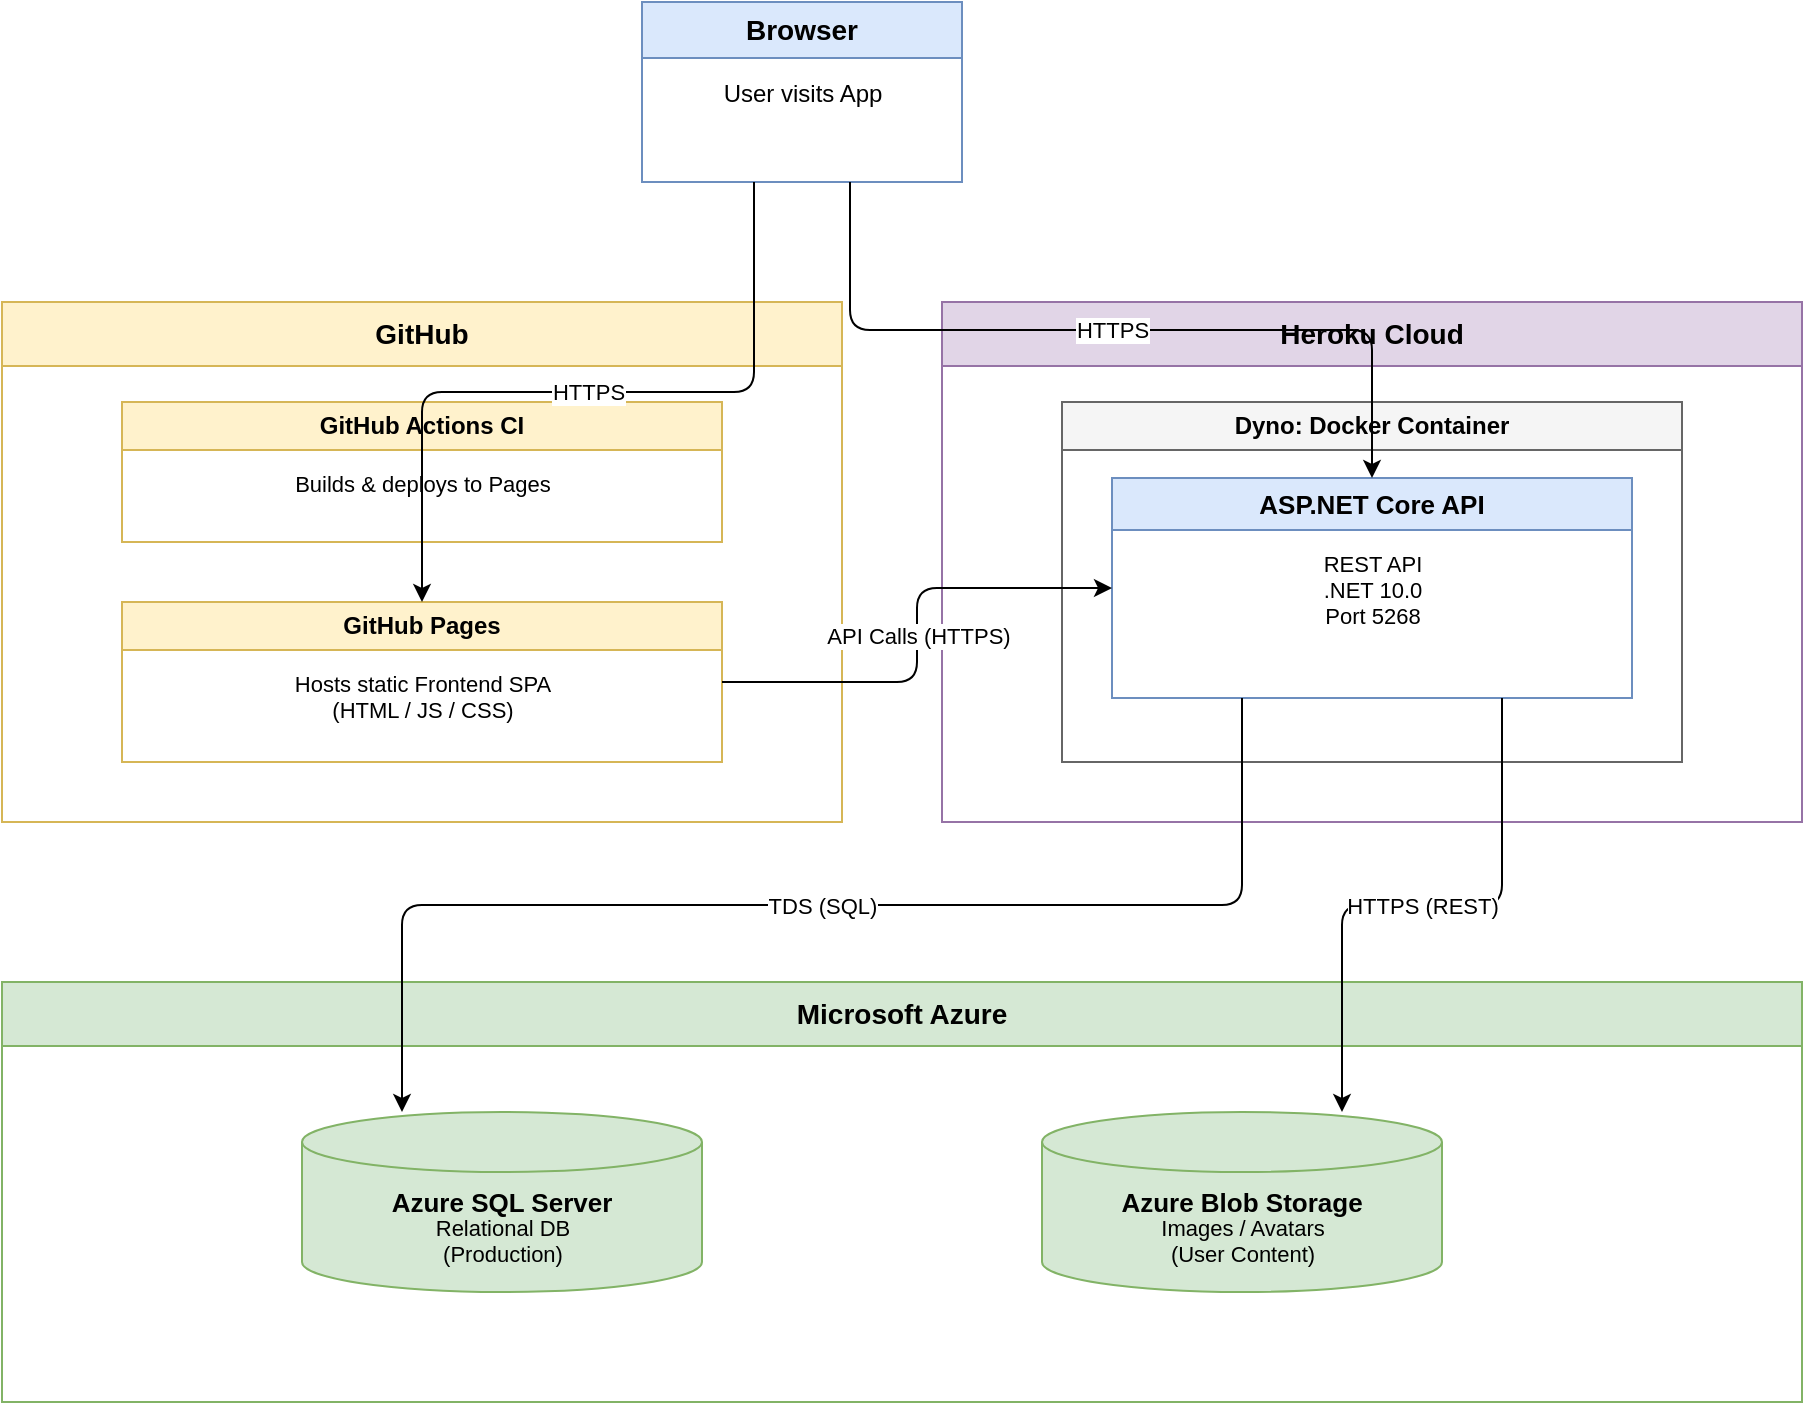
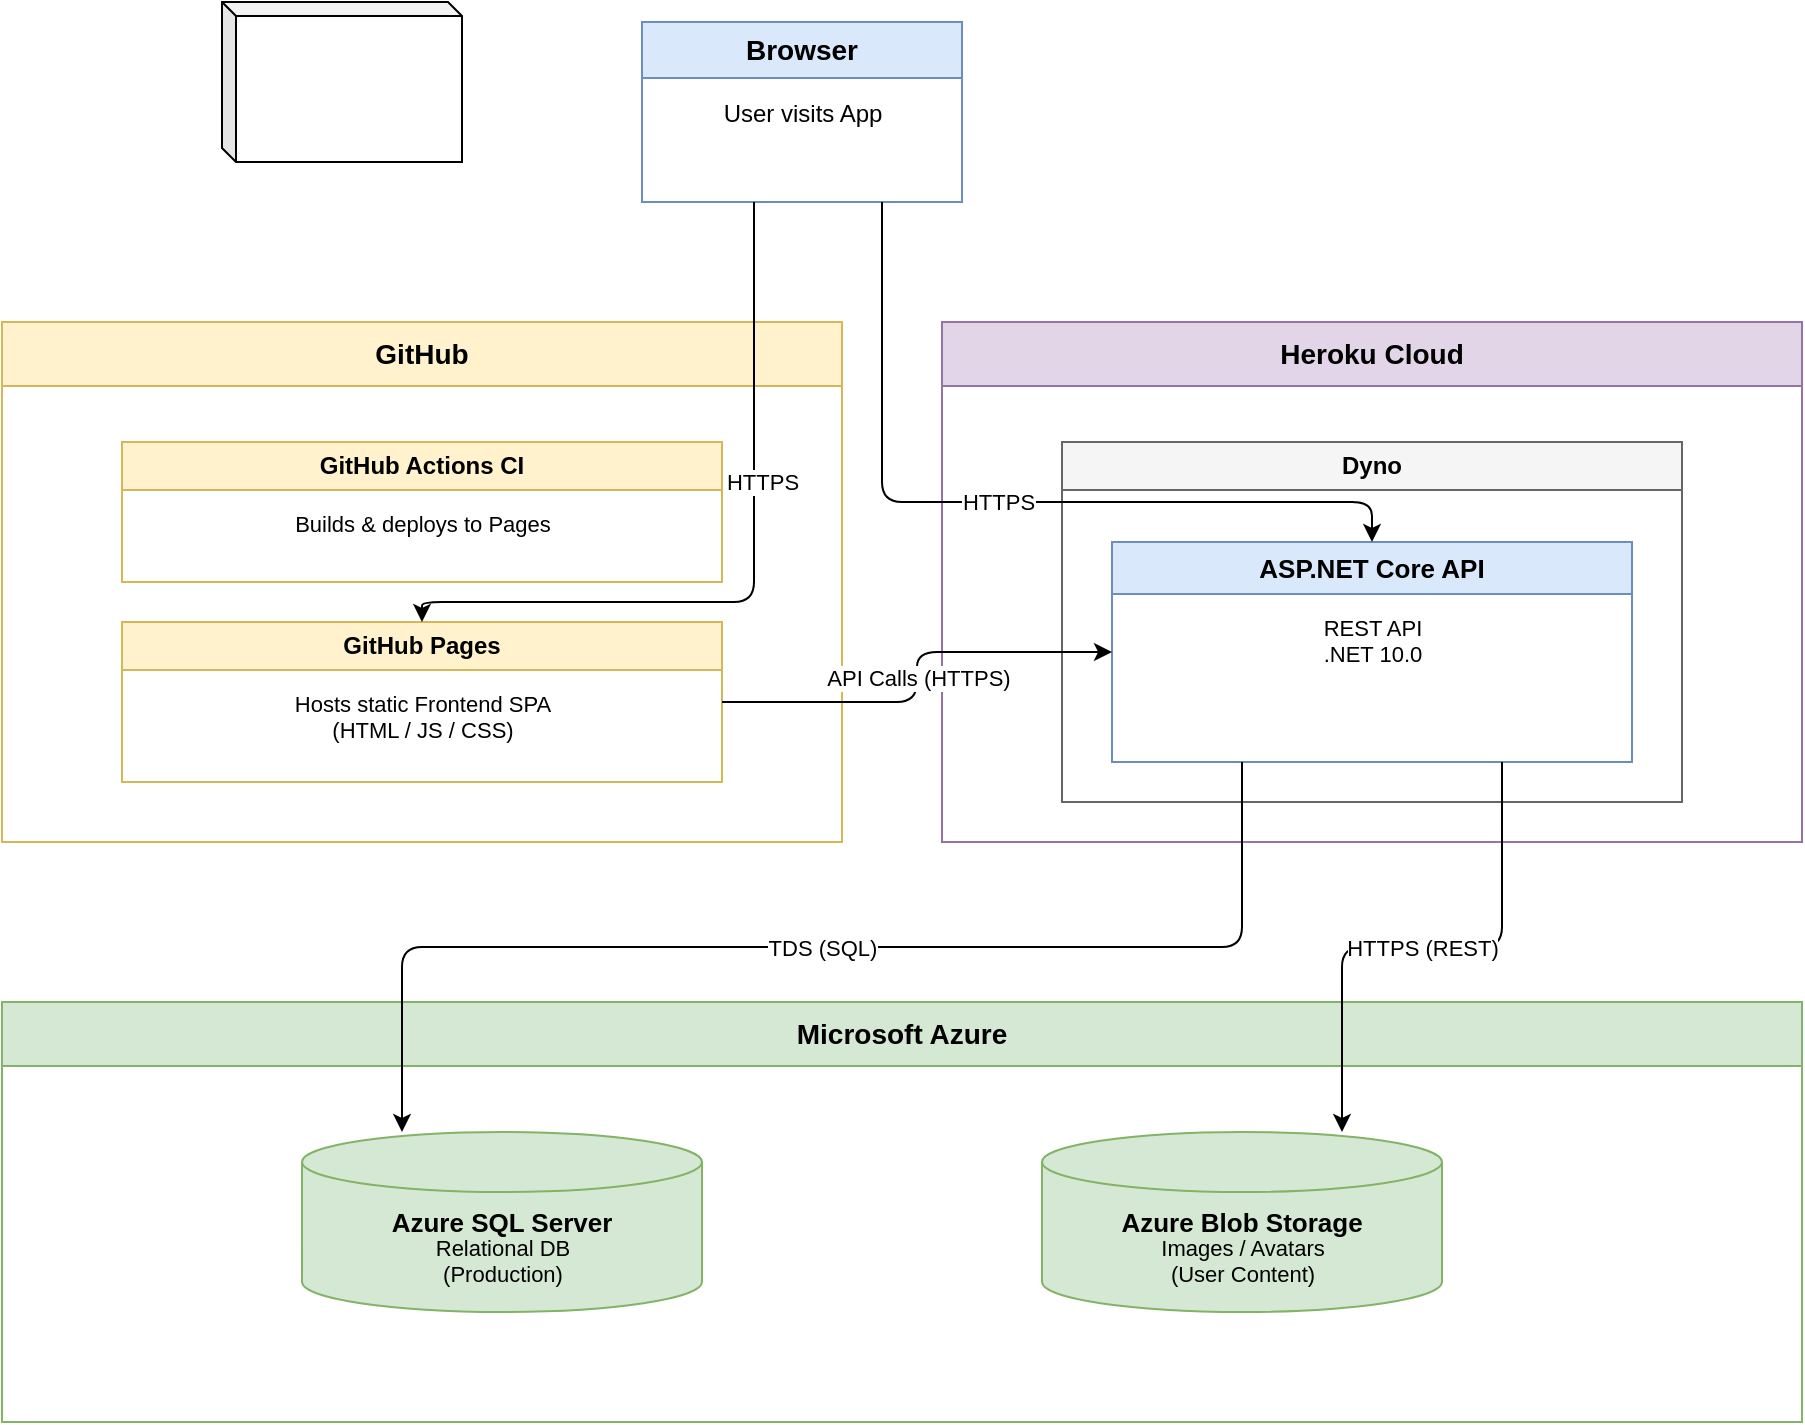
- <?xml version="1.0" encoding="UTF-8"?>
- <mxfile host="drawio" version="29.6.1">
-   <diagram name="Page-1">
-     <mxGraphModel>
+ <mxfile host="Electron" agent="Mozilla/5.0 (X11; Linux x86_64) AppleWebKit/537.36 (KHTML, like Gecko) draw.io/29.6.1 Chrome/142.0.7444.265 Electron/39.8.9 Safari/537.36" version="29.6.1">
+   <diagram name="Page-1" id="0">
+     <mxGraphModel dx="1188" dy="700" grid="1" gridSize="10" guides="1" tooltips="1" connect="1" arrows="1" fold="1" page="1" pageScale="1" pageWidth="850" pageHeight="1100" math="0" shadow="0">
      <root>
        <mxCell id="0" />
        <mxCell id="1" parent="0" />
- 
-         <!-- ==================== CLIENT ==================== -->
-         <mxCell id="2" value="Browser" style="swimlane;startSize=28;whiteSpace=wrap;html=1;fillColor=#dae8fc;strokeColor=#6c8ebf;fontFamily=Helvetica;fontSize=14;fontStyle=1;" vertex="1" parent="1">
-           <mxGeometry x="350" y="30" width="160" height="90" as="geometry" />
+         <mxCell id="2" parent="1" style="swimlane;startSize=28;whiteSpace=wrap;html=1;fillColor=#dae8fc;strokeColor=#6c8ebf;fontFamily=Helvetica;fontSize=14;fontStyle=1;" value="Browser" vertex="1">
+           <mxGeometry height="90" width="160" x="350" y="30" as="geometry" />
        </mxCell>
-         <mxCell id="2b" value="User visits App" style="text;html=1;fillColor=none;strokeColor=none;fontFamily=Helvetica;fontSize=12;align=center;verticalAlign=top;" vertex="1" parent="1">
-           <mxGeometry x="350" y="62" width="160" height="20" as="geometry" />
+         <mxCell id="2b" parent="1" style="text;html=1;fillColor=none;strokeColor=none;fontFamily=Helvetica;fontSize=12;align=center;verticalAlign=top;" value="User visits App" vertex="1">
+           <mxGeometry height="20" width="160" x="350" y="62" as="geometry" />
        </mxCell>
- 
-         <!-- ==================== GITHUB ==================== -->
-         <mxCell id="12" value="GitHub" style="swimlane;startSize=32;whiteSpace=wrap;html=1;fillColor=#fff2cc;strokeColor=#d6b656;fontFamily=Helvetica;fontSize=14;fontStyle=1;" vertex="1" parent="1">
-           <mxGeometry x="30" y="180" width="420" height="260" as="geometry" />
+         <mxCell id="12" parent="1" style="swimlane;startSize=32;whiteSpace=wrap;html=1;fillColor=#fff2cc;strokeColor=#d6b656;fontFamily=Helvetica;fontSize=14;fontStyle=1;" value="GitHub" vertex="1">
+           <mxGeometry height="260" width="420" x="30" y="180" as="geometry" />
        </mxCell>
- 
-         <mxCell id="13" value="GitHub Actions CI" style="swimlane;startSize=24;whiteSpace=wrap;html=1;fillColor=#fff2cc;strokeColor=#d6b656;fontFamily=Helvetica;fontSize=12;fontStyle=1;" vertex="1" parent="12">
-           <mxGeometry x="60" y="50" width="300" height="70" as="geometry" />
+         <mxCell id="13" parent="12" style="swimlane;startSize=24;whiteSpace=wrap;html=1;fillColor=#fff2cc;strokeColor=#d6b656;fontFamily=Helvetica;fontSize=12;fontStyle=1;" value="GitHub Actions CI" vertex="1">
+           <mxGeometry height="70" width="300" x="60" y="60" as="geometry" />
        </mxCell>
-         <mxCell id="13b" value="Builds &amp; deploys to Pages" style="text;html=1;fillColor=none;strokeColor=none;fontFamily=Helvetica;fontSize=11;align=center;verticalAlign=top;" vertex="1" parent="13">
-           <mxGeometry x="10" y="28" width="280" height="30" as="geometry" />
+         <mxCell id="13b" parent="13" style="text;html=1;fillColor=none;strokeColor=none;fontFamily=Helvetica;fontSize=11;align=center;verticalAlign=top;" value="Builds &amp; deploys to Pages" vertex="1">
+           <mxGeometry height="30" width="280" x="10" y="28" as="geometry" />
        </mxCell>
- 
-         <mxCell id="14" value="GitHub Pages" style="swimlane;startSize=24;whiteSpace=wrap;html=1;fillColor=#fff2cc;strokeColor=#d6b656;fontFamily=Helvetica;fontSize=12;fontStyle=1;" vertex="1" parent="12">
-           <mxGeometry x="60" y="150" width="300" height="80" as="geometry" />
+         <mxCell id="14" parent="12" style="swimlane;startSize=24;whiteSpace=wrap;html=1;fillColor=#fff2cc;strokeColor=#d6b656;fontFamily=Helvetica;fontSize=12;fontStyle=1;" value="GitHub Pages" vertex="1">
+           <mxGeometry height="80" width="300" x="60" y="150" as="geometry" />
        </mxCell>
-         <mxCell id="14b" value="Hosts static Frontend SPA&#xa;(HTML / JS / CSS)" style="text;html=1;fillColor=none;strokeColor=none;fontFamily=Helvetica;fontSize=11;align=center;verticalAlign=top;" vertex="1" parent="14">
-           <mxGeometry x="10" y="28" width="280" height="40" as="geometry" />
+         <mxCell id="14b" parent="14" style="text;html=1;fillColor=none;strokeColor=none;fontFamily=Helvetica;fontSize=11;align=center;verticalAlign=top;" value="Hosts static Frontend SPA&#xa;(HTML / JS / CSS)" vertex="1">
+           <mxGeometry height="40" width="280" x="10" y="28" as="geometry" />
        </mxCell>
- 
-         <!-- ==================== HEROKU ==================== -->
-         <mxCell id="3" value="Heroku Cloud" style="swimlane;startSize=32;whiteSpace=wrap;html=1;fillColor=#e1d5e7;strokeColor=#9673a6;fontFamily=Helvetica;fontSize=14;fontStyle=1;" vertex="1" parent="1">
-           <mxGeometry x="500" y="180" width="430" height="260" as="geometry" />
+         <mxCell id="3" parent="1" style="swimlane;startSize=32;whiteSpace=wrap;html=1;fillColor=#e1d5e7;strokeColor=#9673a6;fontFamily=Helvetica;fontSize=14;fontStyle=1;" value="Heroku Cloud" vertex="1">
+           <mxGeometry height="260" width="430" x="500" y="180" as="geometry" />
        </mxCell>
- 
-         <mxCell id="4" value="Dyno: Docker Container" style="swimlane;startSize=24;whiteSpace=wrap;html=1;fillColor=#f5f5f5;strokeColor=#666666;fontFamily=Helvetica;fontSize=12;fontStyle=1;" vertex="1" parent="3">
-           <mxGeometry x="60" y="50" width="310" height="180" as="geometry" />
+         <mxCell id="4" parent="3" style="swimlane;startSize=24;whiteSpace=wrap;html=1;fillColor=#f5f5f5;strokeColor=#666666;fontFamily=Helvetica;fontSize=12;fontStyle=1;" value="Dyno" vertex="1">
+           <mxGeometry height="180" width="310" x="60" y="60" as="geometry" />
        </mxCell>
- 
-         <mxCell id="5" value="ASP.NET Core API" style="swimlane;startSize=26;whiteSpace=wrap;html=1;fillColor=#dae8fc;strokeColor=#6c8ebf;fontFamily=Helvetica;fontSize=13;fontStyle=1;" vertex="1" parent="4">
-           <mxGeometry x="25" y="38" width="260" height="110" as="geometry" />
+         <mxCell id="5" parent="4" style="swimlane;startSize=26;whiteSpace=wrap;html=1;fillColor=#dae8fc;strokeColor=#6c8ebf;fontFamily=Helvetica;fontSize=13;fontStyle=1;" value="ASP.NET Core API" vertex="1">
+           <mxGeometry height="110" width="260" x="25" y="50" as="geometry" />
        </mxCell>
-         <mxCell id="5b" value="REST API&#xa;.NET 10.0&#xa;Port 5268" style="text;html=1;fillColor=none;strokeColor=none;fontFamily=Helvetica;fontSize=11;align=center;verticalAlign=top;" vertex="1" parent="5">
-           <mxGeometry x="10" y="30" width="240" height="70" as="geometry" />
+         <mxCell id="5b" parent="5" style="text;html=1;fillColor=none;strokeColor=none;fontFamily=Helvetica;fontSize=11;align=center;verticalAlign=top;" value="REST API&lt;br&gt;.NET 10.0" vertex="1">
+           <mxGeometry height="70" width="240" x="10" y="30" as="geometry" />
        </mxCell>
- 
-         <!-- ==================== AZURE ==================== -->
-         <mxCell id="6" value="Microsoft Azure" style="swimlane;startSize=32;whiteSpace=wrap;html=1;fillColor=#d5e8d4;strokeColor=#82b366;fontFamily=Helvetica;fontSize=14;fontStyle=1;" vertex="1" parent="1">
-           <mxGeometry x="30" y="520" width="900" height="210" as="geometry" />
+         <mxCell id="6" parent="1" style="swimlane;startSize=32;whiteSpace=wrap;html=1;fillColor=#d5e8d4;strokeColor=#82b366;fontFamily=Helvetica;fontSize=14;fontStyle=1;" value="Microsoft Azure" vertex="1">
+           <mxGeometry height="210" width="900" x="30" y="520" as="geometry" />
        </mxCell>
- 
-         <mxCell id="7" value="Azure SQL Server" style="shape=cylinder3;whiteSpace=wrap;html=1;fillColor=#d5e8d4;strokeColor=#82b366;fontFamily=Helvetica;fontSize=13;fontStyle=1;" vertex="1" parent="6">
-           <mxGeometry x="150" y="65" width="200" height="90" as="geometry" />
+         <mxCell id="7" parent="6" style="shape=cylinder3;whiteSpace=wrap;html=1;fillColor=#d5e8d4;strokeColor=#82b366;fontFamily=Helvetica;fontSize=13;fontStyle=1;" value="Azure SQL Server" vertex="1">
+           <mxGeometry height="90" width="200" x="150" y="65" as="geometry" />
        </mxCell>
-         <mxCell id="7b" value="Relational DB&#xa;(Production)" style="text;html=1;fillColor=none;strokeColor=none;fontFamily=Helvetica;fontSize=11;align=center;verticalAlign=top;" vertex="1" parent="6">
-           <mxGeometry x="150" y="110" width="200" height="40" as="geometry" />
+         <mxCell id="7b" parent="6" style="text;html=1;fillColor=none;strokeColor=none;fontFamily=Helvetica;fontSize=11;align=center;verticalAlign=top;" value="Relational DB&#xa;(Production)" vertex="1">
+           <mxGeometry height="40" width="200" x="150" y="110" as="geometry" />
        </mxCell>
- 
-         <mxCell id="8" value="Azure Blob Storage" style="shape=cylinder3;whiteSpace=wrap;html=1;fillColor=#d5e8d4;strokeColor=#82b366;fontFamily=Helvetica;fontSize=13;fontStyle=1;" vertex="1" parent="6">
-           <mxGeometry x="520" y="65" width="200" height="90" as="geometry" />
+         <mxCell id="8" parent="6" style="shape=cylinder3;whiteSpace=wrap;html=1;fillColor=#d5e8d4;strokeColor=#82b366;fontFamily=Helvetica;fontSize=13;fontStyle=1;" value="Azure Blob Storage" vertex="1">
+           <mxGeometry height="90" width="200" x="520" y="65" as="geometry" />
        </mxCell>
-         <mxCell id="8b" value="Images / Avatars&#xa;(User Content)" style="text;html=1;fillColor=none;strokeColor=none;fontFamily=Helvetica;fontSize=11;align=center;verticalAlign=top;" vertex="1" parent="6">
-           <mxGeometry x="520" y="110" width="200" height="40" as="geometry" />
+         <mxCell id="8b" parent="6" style="text;html=1;fillColor=none;strokeColor=none;fontFamily=Helvetica;fontSize=11;align=center;verticalAlign=top;" value="Images / Avatars&#xa;(User Content)" vertex="1">
+           <mxGeometry height="40" width="200" x="520" y="110" as="geometry" />
        </mxCell>
- 
-         <!-- ==================== EDGES ==================== -->
-         <mxCell id="9" value="HTTPS" style="edgeStyle=orthogonalEdgeStyle;rounded=1;orthogonalLoop=1;jettySize=auto;html=1;exitX=0.35;exitY=1;exitDx=0;exitDy=0;entryX=0.5;entryY=0;entryDx=0;entryDy=0;fontFamily=Helvetica;fontSize=11;" edge="1" parent="1" source="2" target="14">
+         <mxCell id="9" edge="1" parent="1" source="2" style="edgeStyle=orthogonalEdgeStyle;rounded=1;orthogonalLoop=1;jettySize=auto;html=1;exitX=0.35;exitY=1;exitDx=0;exitDy=0;entryX=0.5;entryY=0;entryDx=0;entryDy=0;fontFamily=Helvetica;fontSize=11;" target="14" value="HTTPS">
+           <mxGeometry relative="1" x="-0.2553" y="4" as="geometry">
+             <mxPoint as="offset" />
+             <Array as="points">
+               <mxPoint x="406" y="320" />
+               <mxPoint x="240" y="320" />
+             </Array>
+           </mxGeometry>
+         </mxCell>
+         <mxCell id="15" edge="1" parent="1" source="2" style="edgeStyle=orthogonalEdgeStyle;rounded=1;orthogonalLoop=1;jettySize=auto;html=1;exitX=0.75;exitY=1;exitDx=0;exitDy=0;entryX=0.5;entryY=0;entryDx=0;entryDy=0;fontFamily=Helvetica;fontSize=11;" target="5" value="HTTPS">
+           <mxGeometry relative="1" as="geometry">
+             <Array as="points">
+               <mxPoint x="470" y="270" />
+               <mxPoint x="715" y="270" />
+             </Array>
+           </mxGeometry>
+         </mxCell>
+         <mxCell id="16" edge="1" parent="1" source="14" style="edgeStyle=orthogonalEdgeStyle;rounded=1;orthogonalLoop=1;jettySize=auto;html=1;exitX=1;exitY=0.5;exitDx=0;exitDy=0;entryX=0;entryY=0.5;entryDx=0;entryDy=0;fontFamily=Helvetica;fontSize=11;" target="5" value="API Calls (HTTPS)">
          <mxGeometry relative="1" as="geometry" />
        </mxCell>
- 
-         <mxCell id="15" value="HTTPS" style="edgeStyle=orthogonalEdgeStyle;rounded=1;orthogonalLoop=1;jettySize=auto;html=1;exitX=0.65;exitY=1;exitDx=0;exitDy=0;entryX=0.5;entryY=0;entryDx=0;entryDy=0;fontFamily=Helvetica;fontSize=11;" edge="1" parent="1" source="2" target="5">
+         <mxCell id="10" edge="1" parent="1" source="5" style="edgeStyle=orthogonalEdgeStyle;rounded=1;orthogonalLoop=1;jettySize=auto;html=1;exitX=0.25;exitY=1;exitDx=0;exitDy=0;entryX=0.25;entryY=0;entryDx=0;entryDy=0;fontFamily=Helvetica;fontSize=11;" target="7" value="TDS (SQL)">
+           <mxGeometry relative="1" x="0.0009" as="geometry">
+             <mxPoint as="offset" />
+           </mxGeometry>
+         </mxCell>
+         <mxCell id="11" edge="1" parent="1" source="5" style="edgeStyle=orthogonalEdgeStyle;rounded=1;orthogonalLoop=1;jettySize=auto;html=1;exitX=0.75;exitY=1;exitDx=0;exitDy=0;entryX=0.75;entryY=0;entryDx=0;entryDy=0;fontFamily=Helvetica;fontSize=11;" target="8" value="HTTPS (REST)">
          <mxGeometry relative="1" as="geometry" />
        </mxCell>
- 
-         <mxCell id="16" value="API Calls (HTTPS)" style="edgeStyle=orthogonalEdgeStyle;rounded=1;orthogonalLoop=1;jettySize=auto;html=1;exitX=1;exitY=0.5;exitDx=0;exitDy=0;entryX=0;entryY=0.5;entryDx=0;entryDy=0;fontFamily=Helvetica;fontSize=11;" edge="1" parent="1" source="14" target="5">
-           <mxGeometry relative="1" as="geometry" />
-         </mxCell>
- 
-         <mxCell id="10" value="TDS (SQL)" style="edgeStyle=orthogonalEdgeStyle;rounded=1;orthogonalLoop=1;jettySize=auto;html=1;exitX=0.25;exitY=1;exitDx=0;exitDy=0;entryX=0.25;entryY=0;entryDx=0;entryDy=0;fontFamily=Helvetica;fontSize=11;" edge="1" parent="1" source="5" target="7">
-           <mxGeometry relative="1" as="geometry" />
-         </mxCell>
- 
-         <mxCell id="11" value="HTTPS (REST)" style="edgeStyle=orthogonalEdgeStyle;rounded=1;orthogonalLoop=1;jettySize=auto;html=1;exitX=0.75;exitY=1;exitDx=0;exitDy=0;entryX=0.75;entryY=0;entryDx=0;entryDy=0;fontFamily=Helvetica;fontSize=11;" edge="1" parent="1" source="5" target="8">
-           <mxGeometry relative="1" as="geometry" />
+         <mxCell id="3UqE01X3L6Az648LJFtX-16" parent="1" style="shape=cube;whiteSpace=wrap;html=1;boundedLbl=1;backgroundOutline=1;darkOpacity=0.05;darkOpacity2=0.1;size=7;" value="" vertex="1">
+           <mxGeometry height="80" width="120" x="140" y="20" as="geometry" />
        </mxCell>
      </root>
    </mxGraphModel>
  </diagram>
</mxfile>
